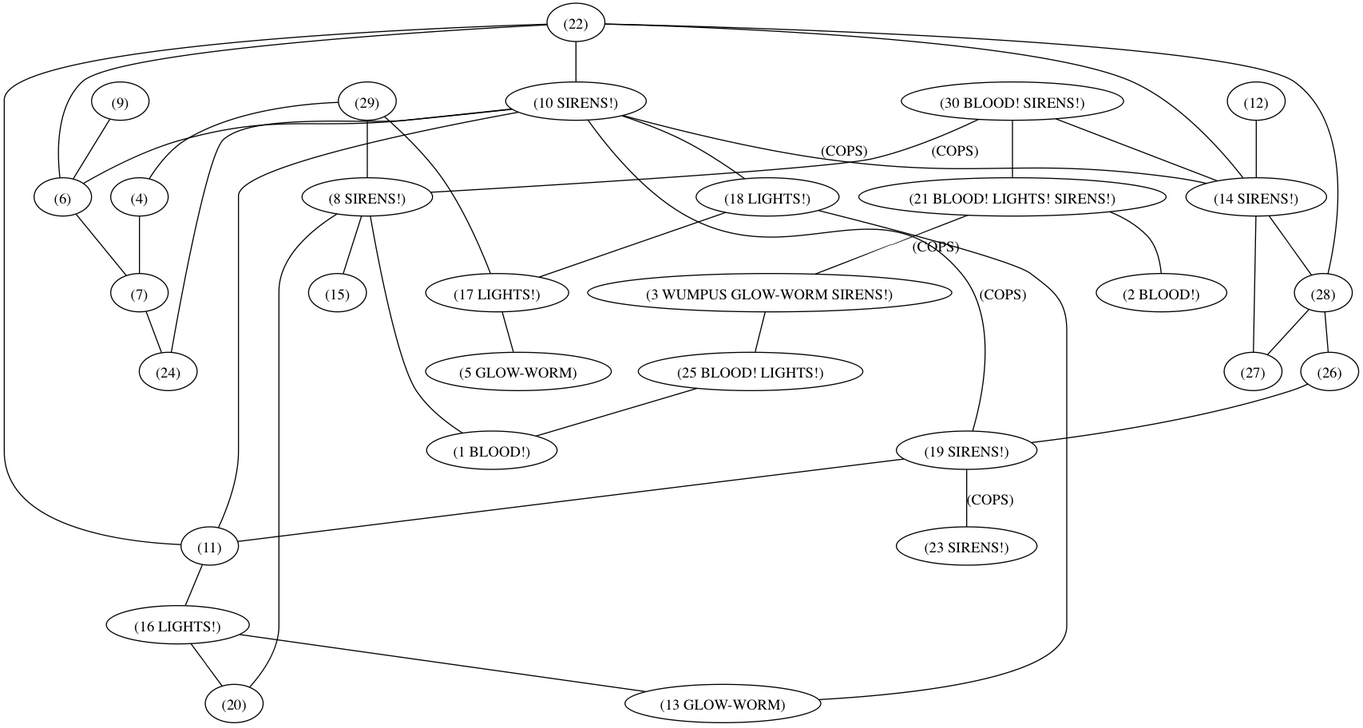
Above: CL/city.dot.png in akaalias/lisping (Graphviz), before the change. Its source is kept beside it as CL/city.dot.
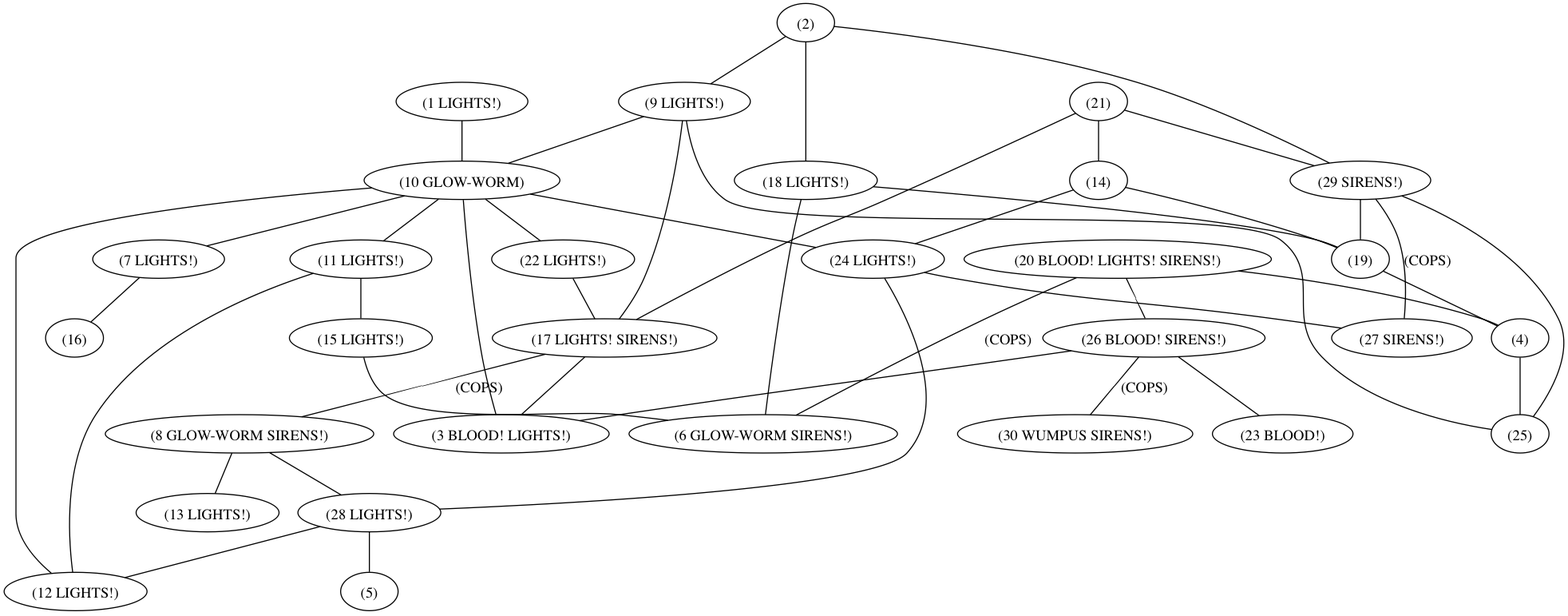
After the change.

Diff of the diagram source:
```diff
@@ -1,73 +1,75 @@
 graph{
-1[label="(1 BLOOD!)"];
-2[label="(2 BLOOD!)"];
-3[label="(3 WUMPUS GLOW-WORM SIRENS!)"];
+1[label="(1 LIGHTS!)"];
+2[label="(2)"];
+3[label="(3 BLOOD! LIGHTS!)"];
 4[label="(4)"];
-5[label="(5 GLOW-WORM)"];
-6[label="(6)"];
-7[label="(7)"];
-8[label="(8 SIRENS!)"];
-9[label="(9)"];
-10[label="(10 SIRENS!)"];
-11[label="(11)"];
-12[label="(12)"];
-13[label="(13 GLOW-WORM)"];
-14[label="(14 SIRENS!)"];
-15[label="(15)"];
-16[label="(16 LIGHTS!)"];
-17[label="(17 LIGHTS!)"];
+5[label="(5)"];
+6[label="(6 GLOW-WORM SIRENS!)"];
+7[label="(7 LIGHTS!)"];
+8[label="(8 GLOW-WORM SIRENS!)"];
+9[label="(9 LIGHTS!)"];
+10[label="(10 GLOW-WORM)"];
+11[label="(11 LIGHTS!)"];
+12[label="(12 LIGHTS!)"];
+13[label="(13 LIGHTS!)"];
+14[label="(14)"];
+15[label="(15 LIGHTS!)"];
+16[label="(16)"];
+17[label="(17 LIGHTS! SIRENS!)"];
 18[label="(18 LIGHTS!)"];
-19[label="(19 SIRENS!)"];
-20[label="(20)"];
-21[label="(21 BLOOD! LIGHTS! SIRENS!)"];
-22[label="(22)"];
-23[label="(23 SIRENS!)"];
-24[label="(24)"];
-25[label="(25 BLOOD! LIGHTS!)"];
-26[label="(26)"];
-27[label="(27)"];
-28[label="(28)"];
-29[label="(29)"];
-30[label="(30 BLOOD! SIRENS!)"];
-7--24[label=""];
-25--1[label=""];
-17--5[label=""];
-16--13[label=""];
-16--20[label=""];
-11--16[label=""];
-18--17[label=""];
-18--13[label=""];
-19--11[label=""];
-19--23[label="(COPS)"];
-4--7[label=""];
-3--25[label=""];
-6--7[label=""];
-9--6[label=""];
-26--19[label=""];
-28--27[label=""];
-28--26[label=""];
-14--27[label=""];
-14--28[label=""];
-12--14[label=""];
-8--1[label=""];
-8--15[label=""];
-8--20[label=""];
-29--17[label=""];
-29--4[label=""];
-29--8[label=""];
-21--2[label=""];
-21--3[label="(COPS)"];
-30--8[label="(COPS)"];
-30--14[label=""];
-30--21[label=""];
+19[label="(19)"];
+20[label="(20 BLOOD! LIGHTS! SIRENS!)"];
+21[label="(21)"];
+22[label="(22 LIGHTS!)"];
+23[label="(23 BLOOD!)"];
+24[label="(24 LIGHTS!)"];
+25[label="(25)"];
+26[label="(26 BLOOD! SIRENS!)"];
+27[label="(27 SIRENS!)"];
+28[label="(28 LIGHTS!)"];
+29[label="(29 SIRENS!)"];
+30[label="(30 WUMPUS SIRENS!)"];
+26--23[label=""];
+26--30[label="(COPS)"];
+26--3[label=""];
+7--16[label=""];
+28--5[label=""];
+28--12[label=""];
+8--13[label=""];
+8--28[label=""];
+24--28[label=""];
+24--27[label=""];
+4--25[label=""];
+17--3[label=""];
+17--8[label="(COPS)"];
+22--17[label=""];
+19--4[label=""];
+20--26[label=""];
+20--4[label=""];
+20--6[label="(COPS)"];
+15--6[label=""];
+11--12[label=""];
+11--15[label=""];
+14--19[label=""];
+14--24[label=""];
+10--3[label=""];
+10--12[label=""];
+10--7[label=""];
+10--11[label=""];
+10--22[label=""];
 10--24[label=""];
-10--19[label="(COPS)"];
-10--14[label="(COPS)"];
-10--6[label=""];
-10--11[label=""];
-10--18[label=""];
-22--11[label=""];
-22--6[label=""];
-22--14[label=""];
-22--28[label=""];
-22--10[label=""];}
+1--10[label=""];
+18--6[label=""];
+18--19[label=""];
+29--25[label=""];
+29--19[label=""];
+29--27[label="(COPS)"];
+21--17[label=""];
+21--14[label=""];
+21--29[label=""];
+9--10[label=""];
+9--25[label=""];
+9--17[label=""];
+2--29[label=""];
+2--18[label=""];
+2--9[label=""];}
```
